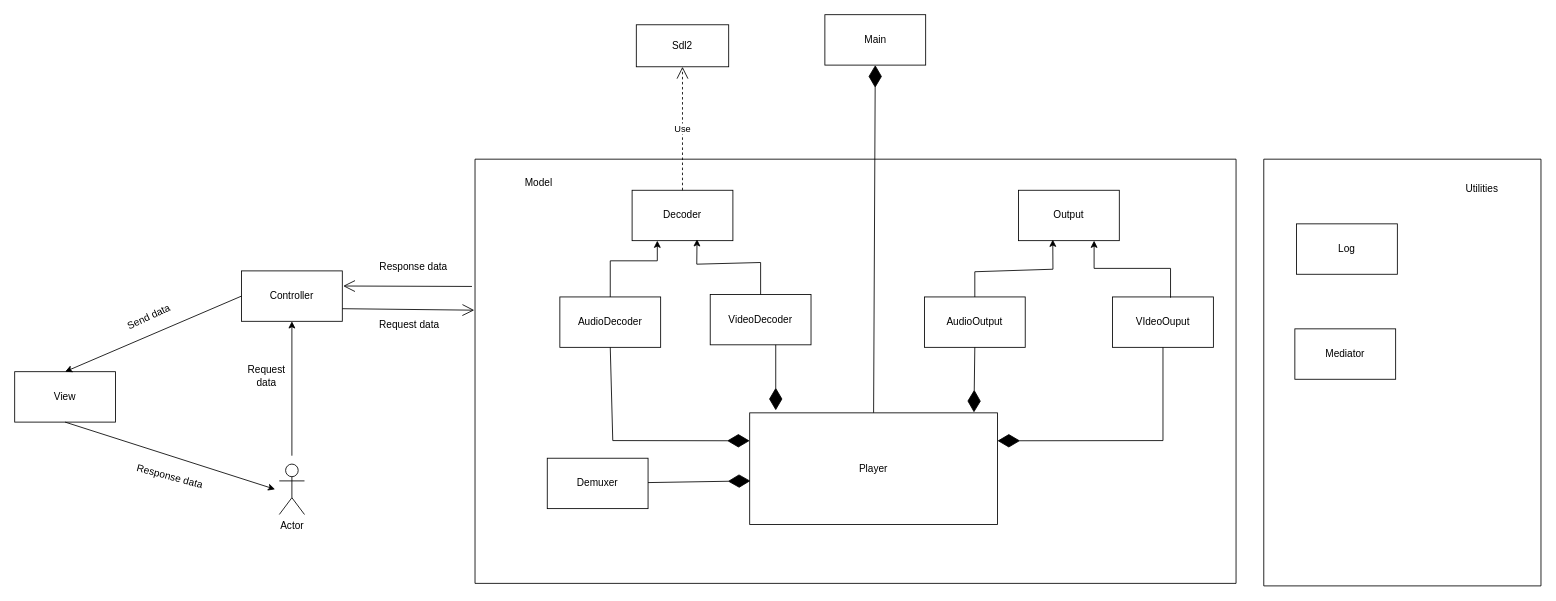
Above: document/detail_design.drawio in Huuloc101010/MediaPlayer (draw.io), before the change. Source tidied: cells renumbered, new cells numbered last; positions are measured from the earlier drawing's top-left corner, leaving out a move shared by most shapes. Both pictures are drawn from the tidied source at 84%, with x=0, y=0 at pixel (14, 14).
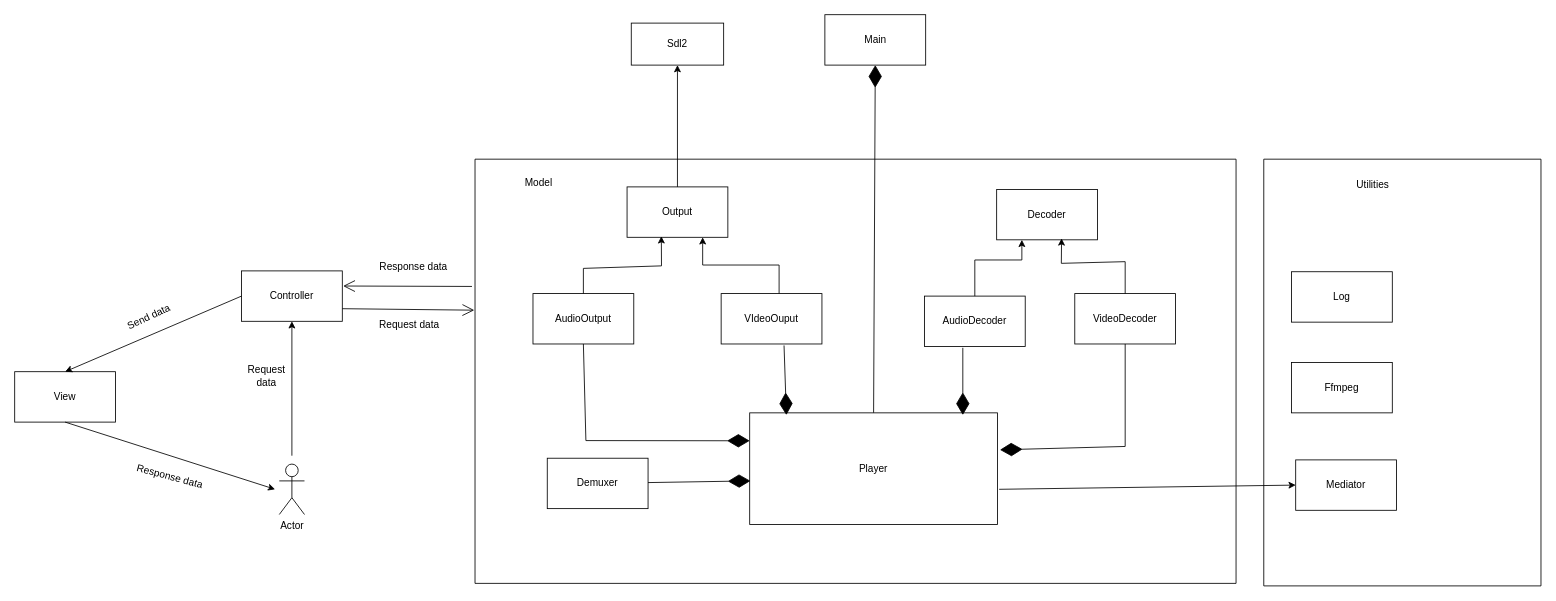
The same diagram, later.

Unchanged cells that the change refers to:
```xml
<mxCell id="5" style="swimlane;startSize=0;gradientColor=none;swimlaneFillColor=none;" parent="1" vertex="1">
  <mxGeometry x="548" y="172" width="906" height="505" as="geometry" />
</mxCell>
<mxCell id="7" value="Player" style="rounded=0;whiteSpace=wrap;html=1;strokeColor=default;fillColor=default;" parent="5" vertex="1">
  <mxGeometry x="327" y="302" width="295" height="133" as="geometry" />
</mxCell>
<mxCell id="10" value="Demuxer" style="rounded=0;whiteSpace=wrap;html=1;" parent="5" vertex="1">
  <mxGeometry x="86" y="356" width="120" height="60" as="geometry" />
</mxCell>
<mxCell id="37" style="swimlane;startSize=0;" parent="1" vertex="1">
  <mxGeometry x="1487" y="172" width="330" height="508" as="geometry" />
</mxCell>
```

Change to the diagram source:
```diff
@@
     <mxCell id="4" value="Sdl2" style="html=1;whiteSpace=wrap;" parent="1" vertex="1">
-      <mxGeometry x="740" y="12" width="110" height="50" as="geometry" />
+      <mxGeometry x="734" y="10" width="110" height="50" as="geometry" />
     </mxCell>
@@
-    <mxCell id="8" value="VIdeoOuput" style="rounded=0;whiteSpace=wrap;html=1;" parent="5" vertex="1">
-      <mxGeometry x="759" y="164" width="120" height="60" as="geometry" />
-    </mxCell>
-    <mxCell id="9" value="AudioOutput" style="rounded=0;whiteSpace=wrap;html=1;" parent="5" vertex="1">
-      <mxGeometry x="535" y="164" width="120" height="60" as="geometry" />
-    </mxCell>
@@
     <mxCell id="11" value="Decoder" style="rounded=0;whiteSpace=wrap;html=1;" parent="5" vertex="1">
-      <mxGeometry x="187" y="37" width="120" height="60" as="geometry" />
+      <mxGeometry x="621" y="36" width="120" height="60" as="geometry" />
     </mxCell>
     <mxCell id="12" value="VideoDecoder" style="rounded=0;whiteSpace=wrap;html=1;" parent="5" vertex="1">
-      <mxGeometry x="280" y="161" width="120" height="60" as="geometry" />
+      <mxGeometry x="714" y="160" width="120" height="60" as="geometry" />
     </mxCell>
     <mxCell id="13" value="AudioDecoder" style="rounded=0;whiteSpace=wrap;html=1;" parent="5" vertex="1">
-      <mxGeometry x="101" y="164" width="120" height="60" as="geometry" />
+      <mxGeometry x="535" y="163" width="120" height="60" as="geometry" />
     </mxCell>
-    <mxCell id="14" value="Outp&lt;span style=&quot;background-color: transparent; color: light-dark(rgb(0, 0, 0), rgb(255, 255, 255));&quot;&gt;ut&lt;/span&gt;" style="rounded=0;whiteSpace=wrap;html=1;" parent="5" vertex="1">
-      <mxGeometry x="647" y="37" width="120" height="60" as="geometry" />
-    </mxCell>
-    <mxCell id="15" style="endArrow=diamondThin;endFill=1;endSize=24;html=1;rounded=0;entryX=0.905;entryY=-0.004;entryDx=0;entryDy=0;entryPerimeter=0;exitX=0.5;exitY=1;exitDx=0;exitDy=0;" parent="5" edge="1" source="9" target="7">
-      <mxGeometry relative="1" as="geometry" />
-    </mxCell>
     <mxCell id="16" style="endArrow=classic;html=1;rounded=0;entryX=0.25;entryY=1;entryDx=0;entryDy=0;exitX=0.5;exitY=0;exitDx=0;exitDy=0;" parent="5" edge="1" source="13" target="11">
       <mxGeometry relative="1" as="geometry">
         <Array as="points">
-          <mxPoint x="161" y="121" />
-          <mxPoint x="217" y="121" />
+          <mxPoint x="595" y="120" />
+          <mxPoint x="651" y="120" />
         </Array>
       </mxGeometry>
     </mxCell>
     <mxCell id="17" style="endArrow=classic;html=1;rounded=0;entryX=0.644;entryY=0.972;entryDx=0;entryDy=0;entryPerimeter=0;exitX=0.5;exitY=0;exitDx=0;exitDy=0;" parent="5" edge="1" source="12" target="11">
       <mxGeometry relative="1" as="geometry">
         <Array as="points">
-          <mxPoint x="340" y="123" />
-          <mxPoint x="264" y="125" />
+          <mxPoint x="774" y="122" />
+          <mxPoint x="698" y="124" />
         </Array>
       </mxGeometry>
     </mxCell>
+    <mxCell id="23" style="endArrow=diamondThin;endFill=1;endSize=24;html=1;rounded=0;entryX=0.003;entryY=0.609;entryDx=0;entryDy=0;entryPerimeter=0;" parent="5" edge="1" source="10" target="7">
+      <mxGeometry relative="1" as="geometry" />
+    </mxCell>
+    <mxCell id="9" value="AudioOutput" style="rounded=0;whiteSpace=wrap;html=1;" parent="5" vertex="1">
+      <mxGeometry x="69" y="160" width="120" height="60" as="geometry" />
+    </mxCell>
+    <mxCell id="14" value="Outp&lt;span style=&quot;background-color: transparent; color: light-dark(rgb(0, 0, 0), rgb(255, 255, 255));&quot;&gt;ut&lt;/span&gt;" style="rounded=0;whiteSpace=wrap;html=1;" parent="5" vertex="1">
+      <mxGeometry x="181" y="33" width="120" height="60" as="geometry" />
+    </mxCell>
     <mxCell id="18" style="endArrow=classic;html=1;rounded=0;entryX=0.34;entryY=0.98;entryDx=0;entryDy=0;entryPerimeter=0;exitX=0.5;exitY=0;exitDx=0;exitDy=0;" parent="5" edge="1" source="9" target="14">
       <mxGeometry relative="1" as="geometry">
         <Array as="points">
-          <mxPoint x="595" y="134" />
-          <mxPoint x="688" y="131" />
+          <mxPoint x="129" y="130" />
+          <mxPoint x="222" y="127" />
         </Array>
       </mxGeometry>
     </mxCell>
     <mxCell id="19" style="endArrow=classic;html=1;rounded=0;entryX=0.75;entryY=1;entryDx=0;entryDy=0;exitX=0.575;exitY=0.015;exitDx=0;exitDy=0;exitPerimeter=0;" parent="5" edge="1" source="8" target="14">
       <mxGeometry relative="1" as="geometry">
         <Array as="points">
-          <mxPoint x="828" y="130" />
-          <mxPoint x="737" y="130" />
+          <mxPoint x="362" y="126" />
+          <mxPoint x="271" y="126" />
         </Array>
       </mxGeometry>
     </mxCell>
+    <mxCell id="8" value="VIdeoOuput" style="rounded=0;whiteSpace=wrap;html=1;" parent="5" vertex="1">
+      <mxGeometry x="293" y="160" width="120" height="60" as="geometry" />
+    </mxCell>
+    <mxCell id="15" style="endArrow=diamondThin;endFill=1;endSize=24;html=1;rounded=0;exitX=0.5;exitY=1;exitDx=0;exitDy=0;entryX=0;entryY=0.25;entryDx=0;entryDy=0;" parent="5" edge="1" source="9" target="7">
+      <mxGeometry relative="1" as="geometry">
+        <Array as="points">
+          <mxPoint x="132" y="335" />
+        </Array>
+      </mxGeometry>
+    </mxCell>
-    <mxCell id="20" style="endArrow=diamondThin;endFill=1;endSize=24;html=1;rounded=0;entryX=1;entryY=0.25;entryDx=0;entryDy=0;exitX=0.5;exitY=1;exitDx=0;exitDy=0;" parent="5" edge="1" source="8" target="7">
-      <mxGeometry relative="1" as="geometry">
-        <Array as="points">
-          <mxPoint x="819" y="335" />
-        </Array>
-      </mxGeometry>
+    <mxCell id="20" style="endArrow=diamondThin;endFill=1;endSize=24;html=1;rounded=0;entryX=0.148;entryY=0.019;entryDx=0;entryDy=0;entryPerimeter=0;exitX=0.624;exitY=1.029;exitDx=0;exitDy=0;exitPerimeter=0;" parent="5" edge="1" source="8" target="7">
+      <mxGeometry relative="1" as="geometry" />
     </mxCell>
-    <mxCell id="21" style="endArrow=diamondThin;endFill=1;endSize=24;html=1;rounded=0;" parent="5" edge="1">
-      <mxGeometry relative="1" as="geometry">
-        <mxPoint x="358" y="221" as="sourcePoint" />
-        <mxPoint x="358" y="299" as="targetPoint" />
-      </mxGeometry>
-    </mxCell>
-    <mxCell id="22" style="endArrow=diamondThin;endFill=1;endSize=24;html=1;rounded=0;entryX=0;entryY=0.25;entryDx=0;entryDy=0;exitX=0.5;exitY=1;exitDx=0;exitDy=0;" parent="5" edge="1" source="13" target="7">
-      <mxGeometry relative="1" as="geometry">
-        <Array as="points">
-          <mxPoint x="164" y="335" />
-        </Array>
-      </mxGeometry>
+    <mxCell id="22" style="endArrow=diamondThin;endFill=1;endSize=24;html=1;rounded=0;entryX=0.86;entryY=0.019;entryDx=0;entryDy=0;entryPerimeter=0;exitX=0.381;exitY=1.026;exitDx=0;exitDy=0;exitPerimeter=0;" parent="5" edge="1" source="13" target="7">
+      <mxGeometry relative="1" as="geometry" />
     </mxCell>
-    <mxCell id="23" style="endArrow=diamondThin;endFill=1;endSize=24;html=1;rounded=0;entryX=0.003;entryY=0.609;entryDx=0;entryDy=0;entryPerimeter=0;" parent="5" edge="1" source="10" target="7">
-      <mxGeometry relative="1" as="geometry" />
-    </mxCell>
+    <mxCell id="42" style="endArrow=diamondThin;endFill=1;endSize=24;html=1;rounded=0;entryX=1.01;entryY=0.331;entryDx=0;entryDy=0;entryPerimeter=0;exitX=0.5;exitY=1;exitDx=0;exitDy=0;" parent="5" edge="1" source="12" target="7">
+      <mxGeometry relative="1" as="geometry">
+        <Array as="points">
+          <mxPoint x="774" y="342" />
+        </Array>
+      </mxGeometry>
+    </mxCell>
@@
     <mxCell id="38" value="Utilities" style="text;html=1;whiteSpace=wrap;strokeColor=none;fillColor=none;align=center;verticalAlign=middle;rounded=0;" parent="37" vertex="1">
-      <mxGeometry x="230" y="20" width="60" height="30" as="geometry" />
+      <mxGeometry x="100" y="16" width="60" height="30" as="geometry" />
     </mxCell>
     <mxCell id="39" value="Mediator" style="rounded=0;whiteSpace=wrap;html=1;" parent="37" vertex="1">
-      <mxGeometry x="37" y="202" width="120" height="60" as="geometry" />
+      <mxGeometry x="38" y="358" width="120" height="60" as="geometry" />
     </mxCell>
     <mxCell id="40" value="Log" style="rounded=0;whiteSpace=wrap;html=1;" parent="37" vertex="1">
-      <mxGeometry x="39" y="77" width="120" height="60" as="geometry" />
+      <mxGeometry x="33" y="134" width="120" height="60" as="geometry" />
     </mxCell>
-    <mxCell id="41" value="Use" style="endArrow=open;endSize=12;dashed=1;html=1;rounded=0;entryX=0.5;entryY=1;entryDx=0;entryDy=0;" parent="1" edge="1" source="11" target="4">
-      <mxGeometry x="-0.01" relative="1" as="geometry" />
-    </mxCell>
+    <mxCell id="43" value="Ffmpeg" style="rounded=0;whiteSpace=wrap;html=1;" parent="37" vertex="1">
+      <mxGeometry x="33" y="242" width="120" height="60" as="geometry" />
+    </mxCell>
+    <mxCell id="44" style="endArrow=classic;html=1;rounded=0;entryX=0;entryY=0.5;entryDx=0;entryDy=0;" parent="1" edge="1" target="39">
+      <mxGeometry relative="1" as="geometry">
+        <mxPoint x="1172" y="565" as="sourcePoint" />
+      </mxGeometry>
+    </mxCell>
+    <mxCell id="45" style="endArrow=classic;html=1;rounded=0;entryX=0.5;entryY=1;entryDx=0;entryDy=0;exitX=0.5;exitY=0;exitDx=0;exitDy=0;" parent="1" edge="1" source="14" target="4">
+      <mxGeometry relative="1" as="geometry" />
+    </mxCell>
```
